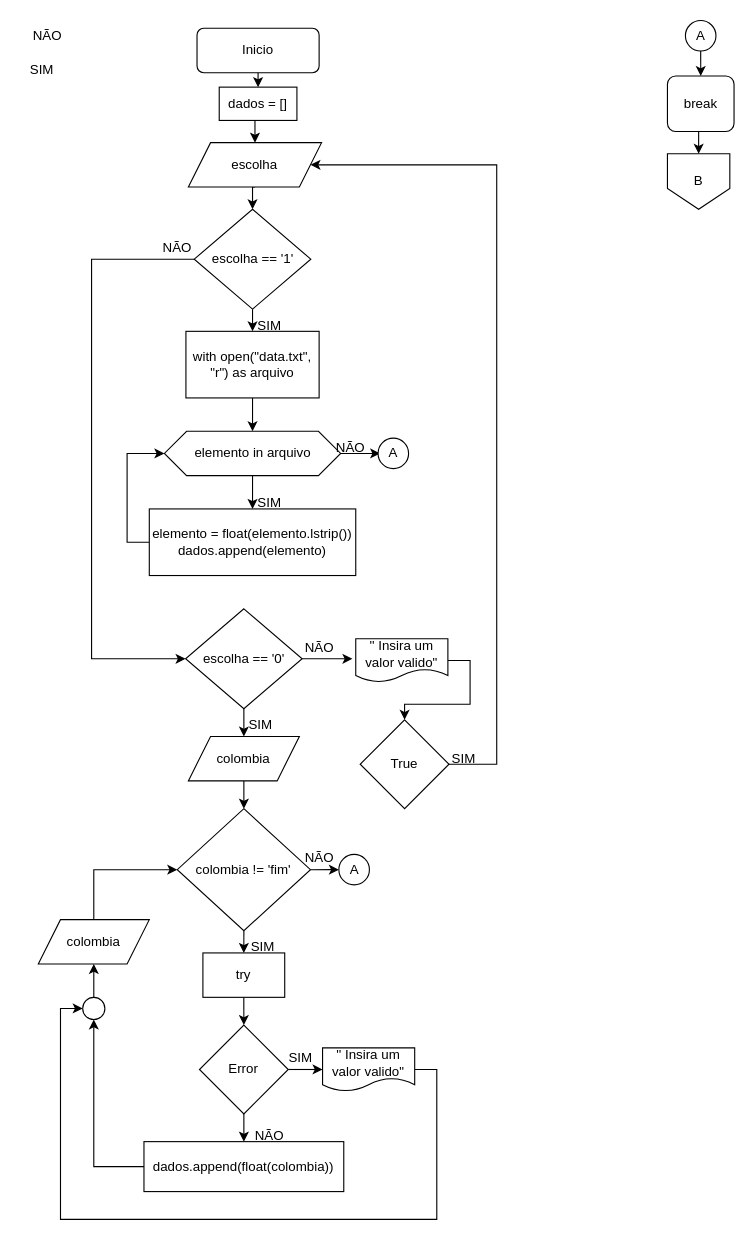
KauanBaiense/moving-average keeps this draw.io diagram as MédiaMovel01.drawio. Above is the earlier version. Source tidied: cells renumbered, new cells numbered last; positions are measured from the earlier drawing's top-left corner, leaving out a move shared by most shapes. Both pictures are drawn from the tidied source at 111%, with x=0, y=0 at pixel (19, 19).
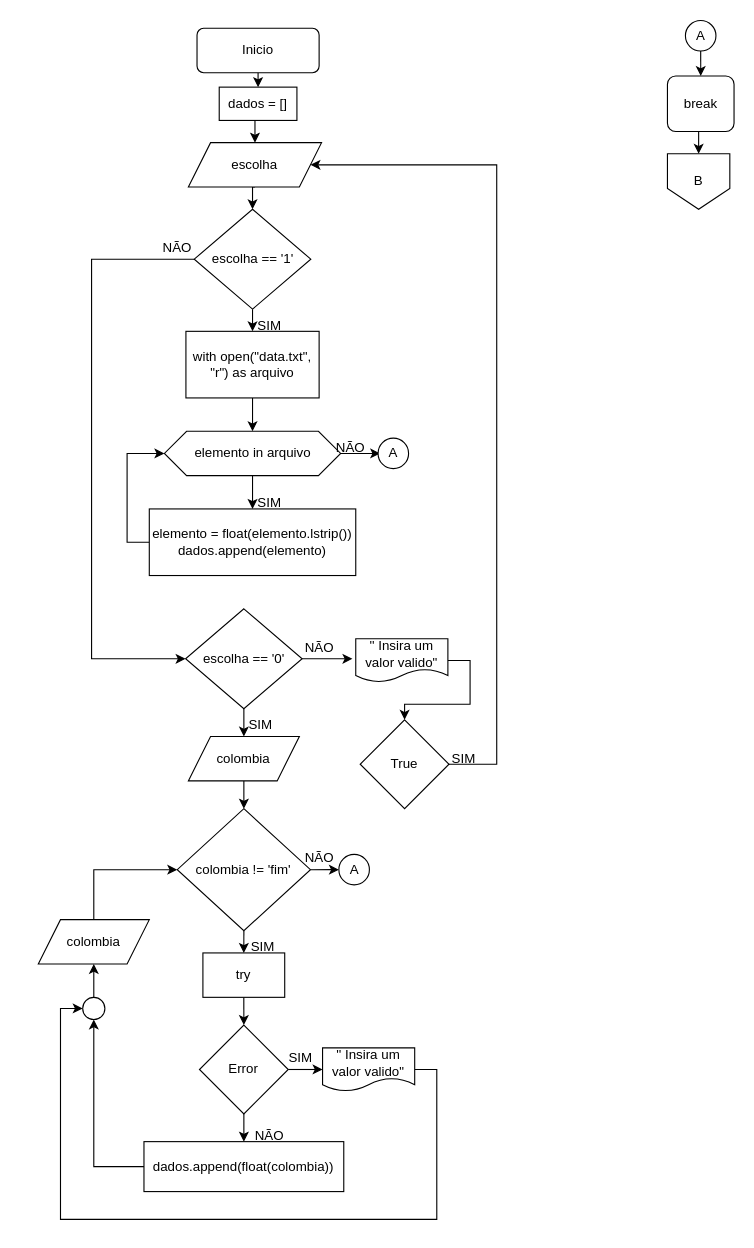
After the change.

Change to the diagram source:
```diff
@@
-    <mxCell id="4" value="NÃO" style="text;html=1;align=center;verticalAlign=middle;strokeColor=none;fillColor=none;" parent="1" vertex="1">
-      <mxGeometry y="-0.2" width="50" height="30" as="geometry" />
-    </mxCell>
-    <mxCell id="5" value="SIM" style="text;html=1;align=center;verticalAlign=middle;strokeColor=none;fillColor=none;" parent="1" vertex="1">
-      <mxGeometry y="31" width="40" height="30" as="geometry" />
-    </mxCell>
```
